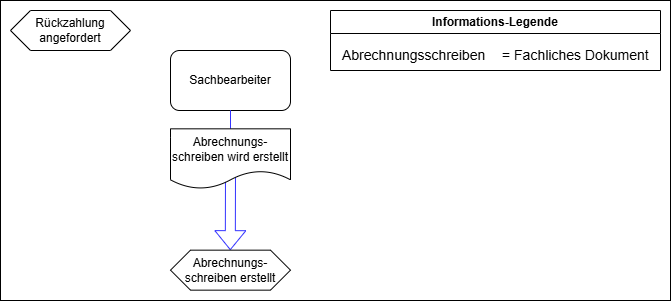
Earlier version of the draw.io export docs/src/about/dataflow-diagram/Rueckzahlung-state.png (it-at-m/stadtbezirksbudget). Source tidied: cells renumbered, new cells last; positions are measured from the earlier drawing's top-left corner, leaving out a move shared by most shapes.
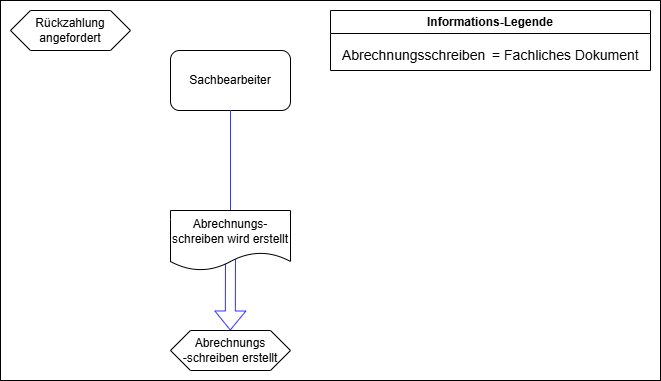
The same diagram one commit later.

Diff of the diagram source:
```diff
@@ -15,27 +15,27 @@
     </mxCell>
     <mxCell id="5" style="shape=flexArrow;endArrow=classic;html=1;rounded=0;strokeColor=#3333FF;" parent="1" edge="1">
       <mxGeometry relative="1" as="geometry">
-        <mxPoint x="230" y="169.7" as="sourcePoint" />
-        <mxPoint x="229.8" y="249.7" as="targetPoint" />
+        <mxPoint x="230" y="250" as="sourcePoint" />
+        <mxPoint x="229.8" y="330" as="targetPoint" />
       </mxGeometry>
     </mxCell>
-    <mxCell id="6" value="Abrechnungs-&lt;div&gt;schreiben erstellt&lt;/div&gt;" style="shape=hexagon;perimeter=hexagonPerimeter2;whiteSpace=wrap;html=1;fixedSize=1;" parent="1" vertex="1">
-      <mxGeometry x="170" y="249.7" width="120" height="40" as="geometry" />
+    <mxCell id="6" value="Abrechnungs&lt;div&gt;-schreiben erstellt&lt;/div&gt;" style="shape=hexagon;perimeter=hexagonPerimeter2;whiteSpace=wrap;html=1;fixedSize=1;" parent="1" vertex="1">
+      <mxGeometry x="170" y="330" width="120" height="40" as="geometry" />
     </mxCell>
     <mxCell id="7" value="Abrechnungs-&lt;div&gt;&lt;span style=&quot;background-color: transparent; color: light-dark(rgb(0, 0, 0), rgb(255, 255, 255));&quot;&gt;schreiben wird erstellt&lt;/span&gt;&lt;/div&gt;" style="shape=document;whiteSpace=wrap;html=1;boundedLbl=1;" parent="1" vertex="1">
-      <mxGeometry x="170" y="128.3" width="120" height="60" as="geometry" />
+      <mxGeometry x="170" y="210" width="120" height="60" as="geometry" />
     </mxCell>
     <mxCell id="8" value="Informations-Legende" style="swimlane;whiteSpace=wrap;html=1;" parent="1" vertex="1">
-      <mxGeometry x="330" y="10" width="330" height="60" as="geometry" />
+      <mxGeometry x="330" y="10" width="320" height="60" as="geometry" />
     </mxCell>
     <mxCell id="9" value="&lt;span style=&quot;font-size: 14px;&quot;&gt;= Fachliches Dokument&lt;/span&gt;" style="text;html=1;align=left;verticalAlign=middle;strokeColor=none;fillColor=none;" parent="8" vertex="1">
-      <mxGeometry x="170" y="30" width="170" height="30" as="geometry" />
+      <mxGeometry x="160" y="30" width="170" height="30" as="geometry" />
     </mxCell>
     <mxCell id="10" value="&lt;span style=&quot;font-size: 14px;&quot;&gt;Abrechnungsschreiben&lt;/span&gt;" style="text;whiteSpace=wrap;html=1;" parent="8" vertex="1">
       <mxGeometry x="10" y="30" width="160" height="30" as="geometry" />
     </mxCell>
-    <mxCell id="11" style="rounded=0;whiteSpace=wrap;html=1;fillColor=none;" parent="1" vertex="1">
-      <mxGeometry width="670" height="300" as="geometry" />
-    </mxCell>
+    <mxCell id="12" style="rounded=0;whiteSpace=wrap;html=1;fillColor=none;" parent="1" vertex="1">
+      <mxGeometry width="660" height="380" as="geometry" />
+    </mxCell>
   </root>
 </mxGraphModel>
```
